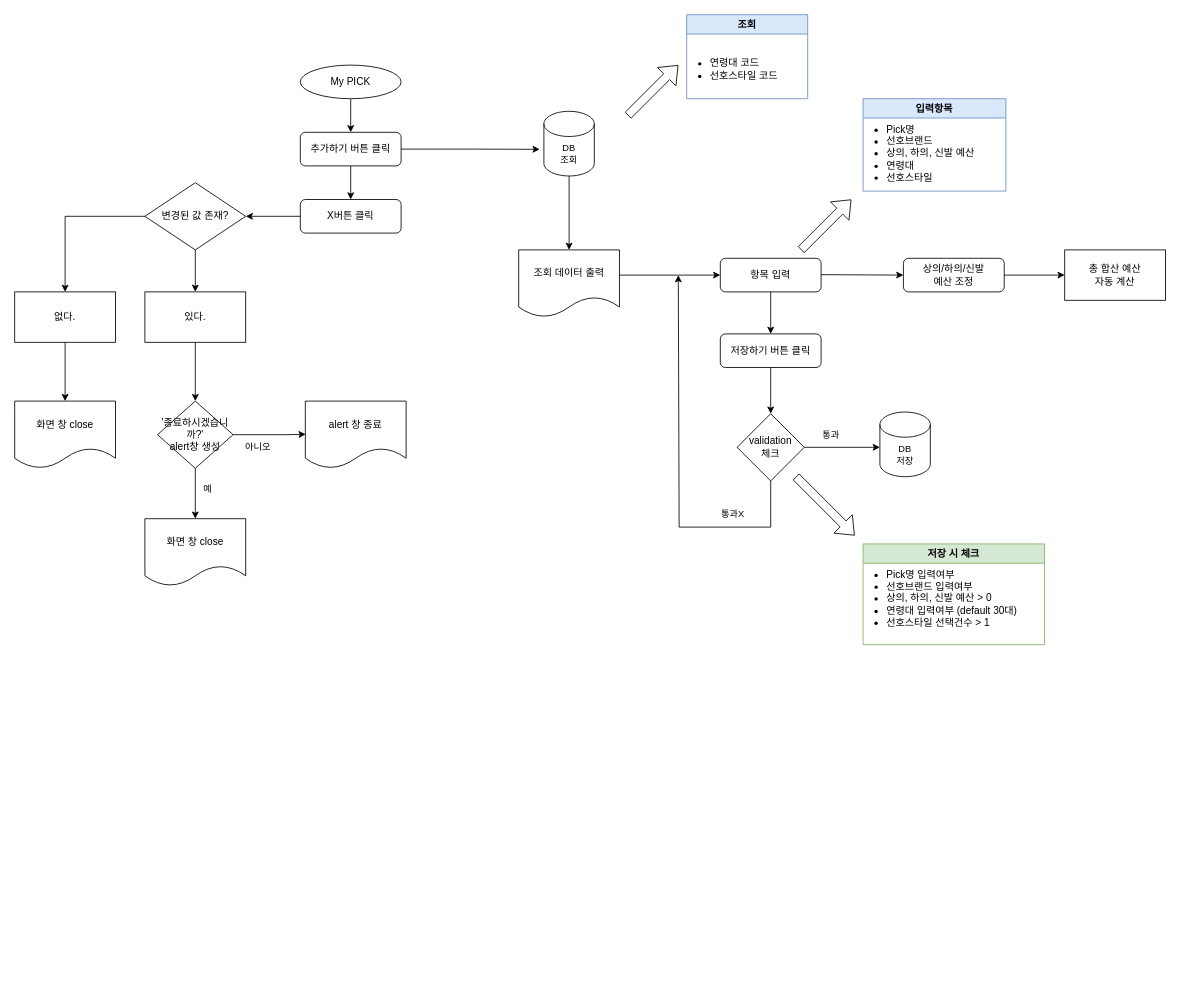
leeyeon/disco keeps this draw.io diagram as MyPICK.drawio. Above is the earlier version. Source tidied: cells renumbered, new cells numbered last; positions are measured from the earlier drawing's top-left corner, leaving out a move shared by most shapes. Both pictures are drawn from the tidied source at 84%, with x=0, y=0 at pixel (14, 14).
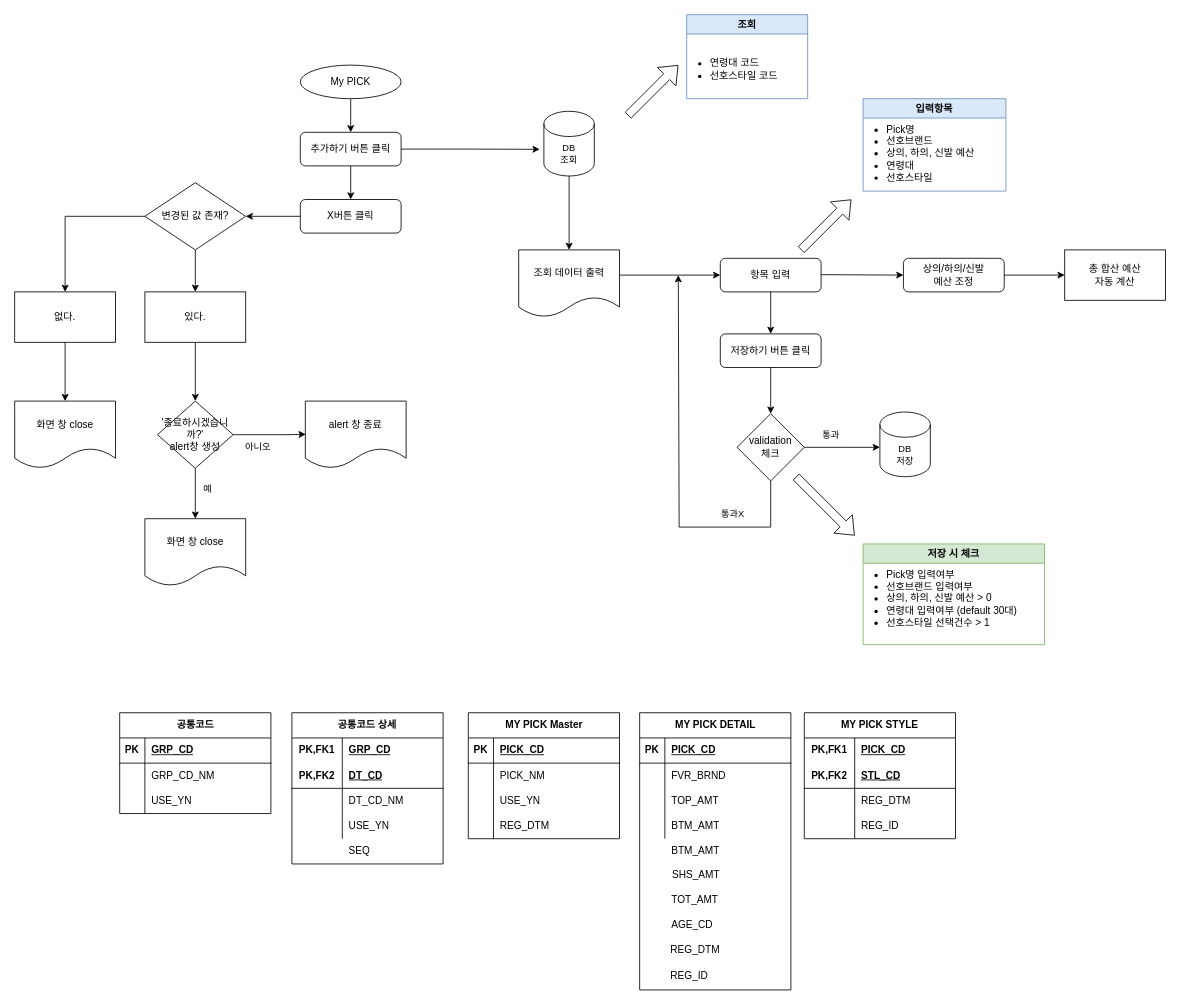
The same diagram, later.

Change to the diagram source:
```diff
@@
+    <mxCell id="52" value="공통코드" style="shape=table;startSize=30;childLayout=tableLayout;rowLines=0;fontStyle=1;align=center;html=1;" parent="1" vertex="1">
+      <mxGeometry x="125" y="831" width="180" height="120" as="geometry" />
+    </mxCell>
+    <mxCell id="53" style="shape=tableRow;horizontal=0;startSize=0;swimlaneHead=0;swimlaneBody=0;fillColor=none;top=0;left=0;right=0;bottom=1;" parent="52" vertex="1">
+      <mxGeometry y="30" width="180" height="30" as="geometry" />
+    </mxCell>
+    <mxCell id="54" value="PK" style="shape=partialRectangle;fillColor=none;top=0;left=0;bottom=0;right=0;fontStyle=1;overflow=hidden;whiteSpace=wrap;html=1;" parent="53" vertex="1">
+      <mxGeometry width="30" height="30" as="geometry" />
+    </mxCell>
+    <mxCell id="55" value="GRP_CD" style="shape=partialRectangle;fillColor=none;top=0;left=0;bottom=0;right=0;align=left;spacingLeft=6;fontStyle=5;overflow=hidden;whiteSpace=wrap;html=1;" parent="53" vertex="1">
+      <mxGeometry x="30" width="150" height="30" as="geometry" />
+    </mxCell>
+    <mxCell id="56" style="shape=tableRow;horizontal=0;startSize=0;swimlaneHead=0;swimlaneBody=0;fillColor=none;top=0;left=0;right=0;bottom=0;" parent="52" vertex="1">
+      <mxGeometry y="60" width="180" height="30" as="geometry" />
+    </mxCell>
+    <mxCell id="57" style="shape=partialRectangle;fillColor=none;top=0;left=0;bottom=0;right=0;overflow=hidden;whiteSpace=wrap;html=1;" parent="56" vertex="1">
+      <mxGeometry width="30" height="30" as="geometry" />
+    </mxCell>
+    <mxCell id="58" value="GRP_CD_NM" style="shape=partialRectangle;fillColor=none;top=0;left=0;bottom=0;right=0;align=left;spacingLeft=6;overflow=hidden;whiteSpace=wrap;html=1;" parent="56" vertex="1">
+      <mxGeometry x="30" width="150" height="30" as="geometry" />
+    </mxCell>
+    <mxCell id="59" style="shape=tableRow;horizontal=0;startSize=0;swimlaneHead=0;swimlaneBody=0;fillColor=none;top=0;left=0;right=0;bottom=0;" parent="52" vertex="1">
+      <mxGeometry y="90" width="180" height="30" as="geometry" />
+    </mxCell>
+    <mxCell id="60" style="shape=partialRectangle;fillColor=none;top=0;left=0;bottom=0;right=0;overflow=hidden;whiteSpace=wrap;html=1;" parent="59" vertex="1">
+      <mxGeometry width="30" height="30" as="geometry" />
+    </mxCell>
+    <mxCell id="61" value="USE_YN" style="shape=partialRectangle;fillColor=none;top=0;left=0;bottom=0;right=0;align=left;spacingLeft=6;overflow=hidden;whiteSpace=wrap;html=1;" parent="59" vertex="1">
+      <mxGeometry x="30" width="150" height="30" as="geometry" />
+    </mxCell>
+    <mxCell id="62" value="MY PICK Master" style="shape=table;startSize=30;childLayout=tableLayout;rowLines=0;fontStyle=1;align=center;html=1;" parent="1" vertex="1">
+      <mxGeometry x="540" y="831" width="180" height="150" as="geometry" />
+    </mxCell>
+    <mxCell id="63" style="shape=tableRow;horizontal=0;startSize=0;swimlaneHead=0;swimlaneBody=0;fillColor=none;top=0;left=0;right=0;bottom=1;" parent="62" vertex="1">
+      <mxGeometry y="30" width="180" height="30" as="geometry" />
+    </mxCell>
+    <mxCell id="64" value="PK" style="shape=partialRectangle;fillColor=none;top=0;left=0;bottom=0;right=0;fontStyle=1;overflow=hidden;whiteSpace=wrap;html=1;" parent="63" vertex="1">
+      <mxGeometry width="30" height="30" as="geometry" />
+    </mxCell>
+    <mxCell id="65" value="PICK_CD" style="shape=partialRectangle;fillColor=none;top=0;left=0;bottom=0;right=0;align=left;spacingLeft=6;fontStyle=5;overflow=hidden;whiteSpace=wrap;html=1;" parent="63" vertex="1">
+      <mxGeometry x="30" width="150" height="30" as="geometry" />
+    </mxCell>
+    <mxCell id="66" style="shape=tableRow;horizontal=0;startSize=0;swimlaneHead=0;swimlaneBody=0;fillColor=none;top=0;left=0;right=0;bottom=0;" parent="62" vertex="1">
+      <mxGeometry y="60" width="180" height="30" as="geometry" />
+    </mxCell>
+    <mxCell id="67" style="shape=partialRectangle;fillColor=none;top=0;left=0;bottom=0;right=0;overflow=hidden;whiteSpace=wrap;html=1;" parent="66" vertex="1">
+      <mxGeometry width="30" height="30" as="geometry" />
+    </mxCell>
+    <mxCell id="68" value="PICK_NM" style="shape=partialRectangle;fillColor=none;top=0;left=0;bottom=0;right=0;align=left;spacingLeft=6;overflow=hidden;whiteSpace=wrap;html=1;" parent="66" vertex="1">
+      <mxGeometry x="30" width="150" height="30" as="geometry" />
+    </mxCell>
+    <mxCell id="69" style="shape=tableRow;horizontal=0;startSize=0;swimlaneHead=0;swimlaneBody=0;fillColor=none;top=0;left=0;right=0;bottom=0;" parent="62" vertex="1">
+      <mxGeometry y="90" width="180" height="30" as="geometry" />
+    </mxCell>
+    <mxCell id="70" style="shape=partialRectangle;fillColor=none;top=0;left=0;bottom=0;right=0;overflow=hidden;whiteSpace=wrap;html=1;" parent="69" vertex="1">
+      <mxGeometry width="30" height="30" as="geometry" />
+    </mxCell>
+    <mxCell id="71" value="USE_YN" style="shape=partialRectangle;fillColor=none;top=0;left=0;bottom=0;right=0;align=left;spacingLeft=6;overflow=hidden;whiteSpace=wrap;html=1;" parent="69" vertex="1">
+      <mxGeometry x="30" width="150" height="30" as="geometry" />
+    </mxCell>
+    <mxCell id="72" style="shape=tableRow;horizontal=0;startSize=0;swimlaneHead=0;swimlaneBody=0;fillColor=none;top=0;left=0;right=0;bottom=0;" parent="62" vertex="1">
+      <mxGeometry y="120" width="180" height="30" as="geometry" />
+    </mxCell>
+    <mxCell id="73" style="shape=partialRectangle;fillColor=none;top=0;left=0;bottom=0;right=0;overflow=hidden;whiteSpace=wrap;html=1;" parent="72" vertex="1">
+      <mxGeometry width="30" height="30" as="geometry" />
+    </mxCell>
+    <mxCell id="74" value="REG_DTM" style="shape=partialRectangle;fillColor=none;top=0;left=0;bottom=0;right=0;align=left;spacingLeft=6;overflow=hidden;whiteSpace=wrap;html=1;" parent="72" vertex="1">
+      <mxGeometry x="30" width="150" height="30" as="geometry" />
+    </mxCell>
+    <mxCell id="75" value="MY PICK DETAIL" style="shape=table;startSize=30;childLayout=tableLayout;rowLines=0;fontStyle=1;align=center;html=1;" parent="1" vertex="1">
+      <mxGeometry x="744" y="831" width="180" height="330" as="geometry" />
+    </mxCell>
+    <mxCell id="76" style="shape=tableRow;horizontal=0;startSize=0;swimlaneHead=0;swimlaneBody=0;fillColor=none;top=0;left=0;right=0;bottom=1;" parent="75" vertex="1">
+      <mxGeometry y="30" width="180" height="30" as="geometry" />
+    </mxCell>
+    <mxCell id="77" value="PK" style="shape=partialRectangle;fillColor=none;top=0;left=0;bottom=0;right=0;fontStyle=1;overflow=hidden;whiteSpace=wrap;html=1;" parent="76" vertex="1">
+      <mxGeometry width="30" height="30" as="geometry" />
+    </mxCell>
+    <mxCell id="78" value="PICK_CD" style="shape=partialRectangle;fillColor=none;top=0;left=0;bottom=0;right=0;align=left;spacingLeft=6;fontStyle=5;overflow=hidden;whiteSpace=wrap;html=1;" parent="76" vertex="1">
+      <mxGeometry x="30" width="150" height="30" as="geometry" />
+    </mxCell>
+    <mxCell id="79" style="shape=tableRow;horizontal=0;startSize=0;swimlaneHead=0;swimlaneBody=0;fillColor=none;top=0;left=0;right=0;bottom=0;" parent="75" vertex="1">
+      <mxGeometry y="60" width="180" height="30" as="geometry" />
+    </mxCell>
+    <mxCell id="80" style="shape=partialRectangle;fillColor=none;top=0;left=0;bottom=0;right=0;overflow=hidden;whiteSpace=wrap;html=1;" parent="79" vertex="1">
+      <mxGeometry width="30" height="30" as="geometry" />
+    </mxCell>
+    <mxCell id="81" value="FVR_BRND" style="shape=partialRectangle;fillColor=none;top=0;left=0;bottom=0;right=0;align=left;spacingLeft=6;overflow=hidden;whiteSpace=wrap;html=1;" parent="79" vertex="1">
+      <mxGeometry x="30" width="150" height="30" as="geometry" />
+    </mxCell>
+    <mxCell id="82" style="shape=tableRow;horizontal=0;startSize=0;swimlaneHead=0;swimlaneBody=0;fillColor=none;top=0;left=0;right=0;bottom=0;" parent="75" vertex="1">
+      <mxGeometry y="90" width="180" height="30" as="geometry" />
+    </mxCell>
+    <mxCell id="83" style="shape=partialRectangle;fillColor=none;top=0;left=0;bottom=0;right=0;overflow=hidden;whiteSpace=wrap;html=1;" parent="82" vertex="1">
+      <mxGeometry width="30" height="30" as="geometry" />
+    </mxCell>
+    <mxCell id="84" value="TOP_AMT" style="shape=partialRectangle;fillColor=none;top=0;left=0;bottom=0;right=0;align=left;spacingLeft=6;overflow=hidden;whiteSpace=wrap;html=1;" parent="82" vertex="1">
+      <mxGeometry x="30" width="150" height="30" as="geometry" />
+    </mxCell>
+    <mxCell id="85" style="shape=tableRow;horizontal=0;startSize=0;swimlaneHead=0;swimlaneBody=0;fillColor=none;top=0;left=0;right=0;bottom=0;" parent="75" vertex="1">
+      <mxGeometry y="120" width="180" height="30" as="geometry" />
+    </mxCell>
+    <mxCell id="86" style="shape=partialRectangle;fillColor=none;top=0;left=0;bottom=0;right=0;overflow=hidden;whiteSpace=wrap;html=1;" parent="85" vertex="1">
+      <mxGeometry width="30" height="30" as="geometry" />
+    </mxCell>
+    <mxCell id="87" value="BTM_AMT" style="shape=partialRectangle;fillColor=none;top=0;left=0;bottom=0;right=0;align=left;spacingLeft=6;overflow=hidden;whiteSpace=wrap;html=1;" parent="85" vertex="1">
+      <mxGeometry x="30" width="150" height="30" as="geometry" />
+    </mxCell>
+    <mxCell id="88" value="공통코드 상세" style="shape=table;startSize=30;childLayout=tableLayout;rowLines=0;fontStyle=1;align=center;html=1;whiteSpace=wrap;" parent="1" vertex="1">
+      <mxGeometry x="330" y="831" width="180" height="180" as="geometry" />
+    </mxCell>
+    <mxCell id="89" style="shape=tableRow;horizontal=0;startSize=0;swimlaneHead=0;swimlaneBody=0;fillColor=none;top=0;left=0;right=0;bottom=0;html=1;" parent="88" vertex="1">
+      <mxGeometry y="30" width="180" height="30" as="geometry" />
+    </mxCell>
+    <mxCell id="90" value="PK,FK1" style="shape=partialRectangle;fillColor=none;top=0;left=0;bottom=0;right=0;fontStyle=1;overflow=hidden;html=1;whiteSpace=wrap;" parent="89" vertex="1">
+      <mxGeometry width="60" height="30" as="geometry" />
+    </mxCell>
+    <mxCell id="91" value="GRP_CD" style="shape=partialRectangle;fillColor=none;top=0;left=0;bottom=0;right=0;align=left;spacingLeft=6;fontStyle=5;overflow=hidden;html=1;whiteSpace=wrap;" parent="89" vertex="1">
+      <mxGeometry x="60" width="120" height="30" as="geometry" />
+    </mxCell>
+    <mxCell id="92" style="shape=tableRow;horizontal=0;startSize=0;swimlaneHead=0;swimlaneBody=0;fillColor=none;top=0;left=0;right=0;bottom=1;html=1;" parent="88" vertex="1">
+      <mxGeometry y="60" width="180" height="30" as="geometry" />
+    </mxCell>
+    <mxCell id="93" value="PK,FK2" style="shape=partialRectangle;fillColor=none;top=0;left=0;bottom=0;right=0;fontStyle=1;overflow=hidden;html=1;whiteSpace=wrap;" parent="92" vertex="1">
+      <mxGeometry width="60" height="30" as="geometry" />
+    </mxCell>
+    <mxCell id="94" value="DT_CD" style="shape=partialRectangle;fillColor=none;top=0;left=0;bottom=0;right=0;align=left;spacingLeft=6;fontStyle=5;overflow=hidden;html=1;whiteSpace=wrap;" parent="92" vertex="1">
+      <mxGeometry x="60" width="120" height="30" as="geometry" />
+    </mxCell>
+    <mxCell id="95" style="shape=tableRow;horizontal=0;startSize=0;swimlaneHead=0;swimlaneBody=0;fillColor=none;top=0;left=0;right=0;bottom=0;html=1;" parent="88" vertex="1">
+      <mxGeometry y="90" width="180" height="30" as="geometry" />
+    </mxCell>
+    <mxCell id="96" style="shape=partialRectangle;fillColor=none;top=0;left=0;bottom=0;right=0;overflow=hidden;html=1;whiteSpace=wrap;" parent="95" vertex="1">
+      <mxGeometry width="60" height="30" as="geometry" />
+    </mxCell>
+    <mxCell id="97" value="DT_CD_NM" style="shape=partialRectangle;fillColor=none;top=0;left=0;bottom=0;right=0;align=left;spacingLeft=6;overflow=hidden;html=1;whiteSpace=wrap;" parent="95" vertex="1">
+      <mxGeometry x="60" width="120" height="30" as="geometry" />
+    </mxCell>
+    <mxCell id="98" style="shape=tableRow;horizontal=0;startSize=0;swimlaneHead=0;swimlaneBody=0;fillColor=none;top=0;left=0;right=0;bottom=0;html=1;" parent="88" vertex="1">
+      <mxGeometry y="120" width="180" height="30" as="geometry" />
+    </mxCell>
+    <mxCell id="99" style="shape=partialRectangle;fillColor=none;top=0;left=0;bottom=0;right=0;overflow=hidden;html=1;whiteSpace=wrap;" parent="98" vertex="1">
+      <mxGeometry width="60" height="30" as="geometry" />
+    </mxCell>
+    <mxCell id="100" value="USE_YN" style="shape=partialRectangle;fillColor=none;top=0;left=0;bottom=0;right=0;align=left;spacingLeft=6;overflow=hidden;html=1;whiteSpace=wrap;" parent="98" vertex="1">
+      <mxGeometry x="60" width="120" height="30" as="geometry" />
+    </mxCell>
+    <mxCell id="101" style="shape=tableRow;horizontal=0;startSize=0;swimlaneHead=0;swimlaneBody=0;fillColor=none;top=0;left=0;right=0;bottom=0;html=1;" parent="1" vertex="1">
+      <mxGeometry x="330" y="981" width="180" height="30" as="geometry" />
+    </mxCell>
+    <mxCell id="102" style="shape=partialRectangle;fillColor=none;top=0;left=0;bottom=0;right=0;overflow=hidden;html=1;whiteSpace=wrap;" parent="101" vertex="1">
+      <mxGeometry width="60" height="30" as="geometry" />
+    </mxCell>
+    <mxCell id="103" value="SEQ" style="shape=partialRectangle;fillColor=none;top=0;left=0;bottom=0;right=0;align=left;spacingLeft=6;overflow=hidden;html=1;whiteSpace=wrap;" parent="101" vertex="1">
+      <mxGeometry x="60" width="120" height="30" as="geometry" />
+    </mxCell>
+    <mxCell id="104" style="shape=partialRectangle;fillColor=none;top=0;left=0;bottom=0;right=0;overflow=hidden;html=1;whiteSpace=wrap;" parent="1" vertex="1">
+      <mxGeometry x="340" y="961" width="60" height="30" as="geometry" />
+    </mxCell>
+    <mxCell id="105" value="MY PICK STYLE" style="shape=table;startSize=30;childLayout=tableLayout;rowLines=0;fontStyle=1;align=center;html=1;whiteSpace=wrap;" parent="1" vertex="1">
+      <mxGeometry x="940" y="831" width="180" height="150" as="geometry" />
+    </mxCell>
+    <mxCell id="106" style="shape=tableRow;horizontal=0;startSize=0;swimlaneHead=0;swimlaneBody=0;fillColor=none;top=0;left=0;right=0;bottom=0;html=1;" parent="105" vertex="1">
+      <mxGeometry y="30" width="180" height="30" as="geometry" />
+    </mxCell>
+    <mxCell id="107" value="PK,FK1" style="shape=partialRectangle;fillColor=none;top=0;left=0;bottom=0;right=0;fontStyle=1;overflow=hidden;html=1;whiteSpace=wrap;" parent="106" vertex="1">
+      <mxGeometry width="60" height="30" as="geometry" />
+    </mxCell>
+    <mxCell id="108" value="PICK_CD" style="shape=partialRectangle;fillColor=none;top=0;left=0;bottom=0;right=0;align=left;spacingLeft=6;fontStyle=5;overflow=hidden;html=1;whiteSpace=wrap;" parent="106" vertex="1">
+      <mxGeometry x="60" width="120" height="30" as="geometry" />
+    </mxCell>
+    <mxCell id="109" style="shape=tableRow;horizontal=0;startSize=0;swimlaneHead=0;swimlaneBody=0;fillColor=none;top=0;left=0;right=0;bottom=1;html=1;" parent="105" vertex="1">
+      <mxGeometry y="60" width="180" height="30" as="geometry" />
+    </mxCell>
+    <mxCell id="110" value="PK,FK2" style="shape=partialRectangle;fillColor=none;top=0;left=0;bottom=0;right=0;fontStyle=1;overflow=hidden;html=1;whiteSpace=wrap;" parent="109" vertex="1">
+      <mxGeometry width="60" height="30" as="geometry" />
+    </mxCell>
+    <mxCell id="111" value="STL_CD" style="shape=partialRectangle;fillColor=none;top=0;left=0;bottom=0;right=0;align=left;spacingLeft=6;fontStyle=5;overflow=hidden;html=1;whiteSpace=wrap;" parent="109" vertex="1">
+      <mxGeometry x="60" width="120" height="30" as="geometry" />
+    </mxCell>
+    <mxCell id="112" style="shape=tableRow;horizontal=0;startSize=0;swimlaneHead=0;swimlaneBody=0;fillColor=none;top=0;left=0;right=0;bottom=0;html=1;" parent="105" vertex="1">
+      <mxGeometry y="90" width="180" height="30" as="geometry" />
+    </mxCell>
+    <mxCell id="113" style="shape=partialRectangle;fillColor=none;top=0;left=0;bottom=0;right=0;overflow=hidden;html=1;whiteSpace=wrap;" parent="112" vertex="1">
+      <mxGeometry width="60" height="30" as="geometry" />
+    </mxCell>
+    <mxCell id="114" value="REG_DTM" style="shape=partialRectangle;fillColor=none;top=0;left=0;bottom=0;right=0;align=left;spacingLeft=6;overflow=hidden;html=1;whiteSpace=wrap;" parent="112" vertex="1">
+      <mxGeometry x="60" width="120" height="30" as="geometry" />
+    </mxCell>
+    <mxCell id="115" style="shape=tableRow;horizontal=0;startSize=0;swimlaneHead=0;swimlaneBody=0;fillColor=none;top=0;left=0;right=0;bottom=0;html=1;" parent="105" vertex="1">
+      <mxGeometry y="120" width="180" height="30" as="geometry" />
+    </mxCell>
+    <mxCell id="116" style="shape=partialRectangle;fillColor=none;top=0;left=0;bottom=0;right=0;overflow=hidden;html=1;whiteSpace=wrap;" parent="115" vertex="1">
+      <mxGeometry width="60" height="30" as="geometry" />
+    </mxCell>
+    <mxCell id="117" value="REG_ID" style="shape=partialRectangle;fillColor=none;top=0;left=0;bottom=0;right=0;align=left;spacingLeft=6;overflow=hidden;html=1;whiteSpace=wrap;" parent="115" vertex="1">
+      <mxGeometry x="60" width="120" height="30" as="geometry" />
+    </mxCell>
+    <mxCell id="118" value="BTM_AMT" style="shape=partialRectangle;fillColor=none;top=0;left=0;bottom=0;right=0;align=left;spacingLeft=6;overflow=hidden;whiteSpace=wrap;html=1;" parent="1" vertex="1">
+      <mxGeometry x="774" y="981" width="150" height="30" as="geometry" />
+    </mxCell>
+    <mxCell id="119" value="SHS_AMT" style="shape=partialRectangle;fillColor=none;top=0;left=0;bottom=0;right=0;align=left;spacingLeft=6;overflow=hidden;whiteSpace=wrap;html=1;" parent="1" vertex="1">
+      <mxGeometry x="775" y="1009" width="150" height="30" as="geometry" />
+    </mxCell>
+    <mxCell id="120" value="TOT_AMT" style="shape=partialRectangle;fillColor=none;top=0;left=0;bottom=0;right=0;align=left;spacingLeft=6;overflow=hidden;whiteSpace=wrap;html=1;" parent="1" vertex="1">
+      <mxGeometry x="774" y="1039" width="150" height="30" as="geometry" />
+    </mxCell>
+    <mxCell id="121" value="AGE_CD" style="shape=partialRectangle;fillColor=none;top=0;left=0;bottom=0;right=0;align=left;spacingLeft=6;overflow=hidden;whiteSpace=wrap;html=1;" parent="1" vertex="1">
+      <mxGeometry x="774" y="1069" width="150" height="30" as="geometry" />
+    </mxCell>
+    <mxCell id="122" value="REG_DTM" style="shape=partialRectangle;fillColor=none;top=0;left=0;bottom=0;right=0;align=left;spacingLeft=6;overflow=hidden;whiteSpace=wrap;html=1;" parent="1" vertex="1">
+      <mxGeometry x="773" y="1099" width="150" height="30" as="geometry" />
+    </mxCell>
+    <mxCell id="123" value="REG_ID" style="shape=partialRectangle;fillColor=none;top=0;left=0;bottom=0;right=0;align=left;spacingLeft=6;overflow=hidden;whiteSpace=wrap;html=1;" parent="1" vertex="1">
+      <mxGeometry x="773" y="1129" width="150" height="30" as="geometry" />
+    </mxCell>
```
